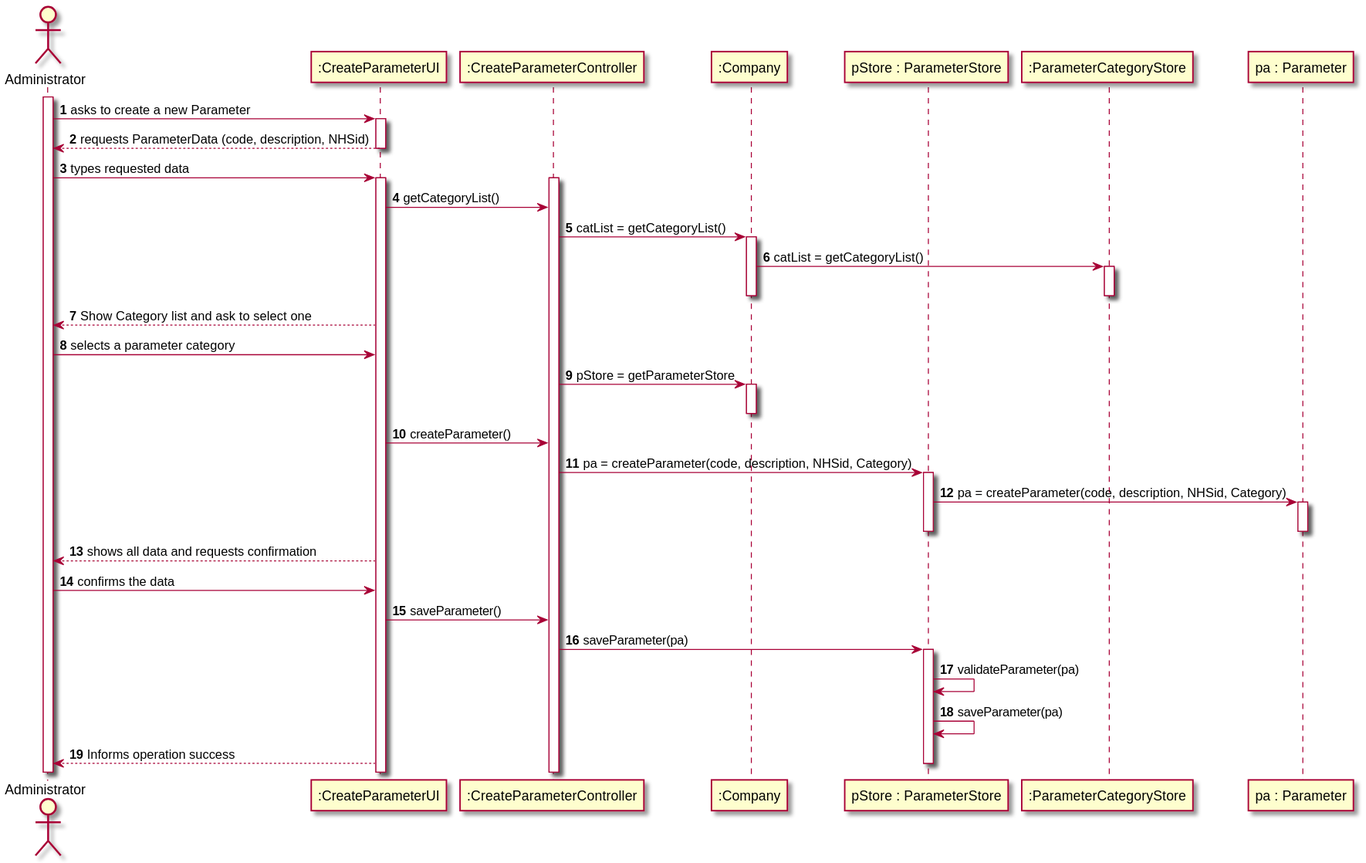
MarianaCLages/LAPR2 keeps this PlantUML diagram as docs/SprintB/US10/US10_SD.svg. Above is the earlier version.
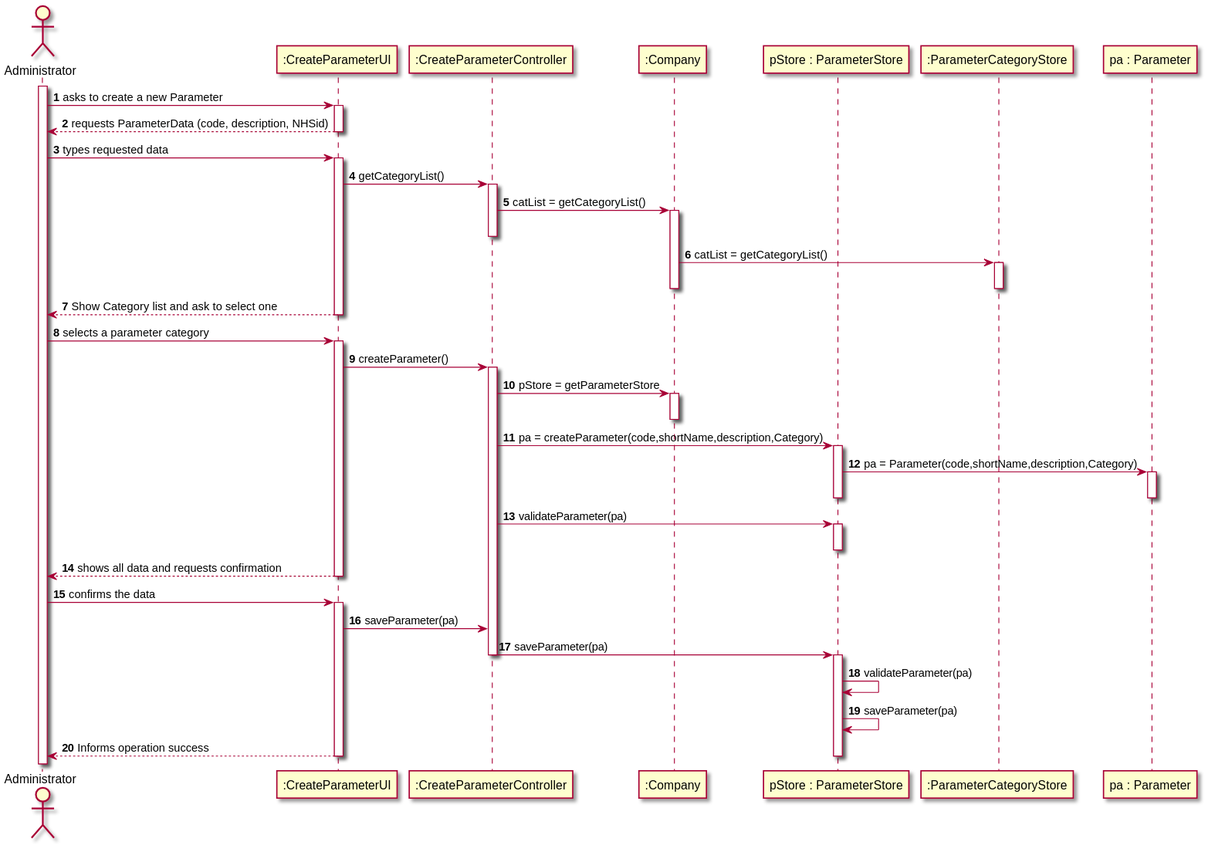
The same file after the commit.

What changed in the source:
```diff
@@ -4,6 +4,7 @@
 
 participant ":CreateParameterUI" as UI
 participant ":CreateParameterController" as CTRL
+participant ":Company" as COMPANY
 participant ":Company" as COMPANY
 participant "pStore : ParameterStore" as PARAMETERSTORE
 participant ":ParameterCategoryStore" as CATEGORYSTORE
@@ -13,6 +14,9 @@
 activate Administrator
 Administrator -> UI: asks to create a new Parameter
 activate UI
+
+
+
 UI --> Administrator :requests ParameterData (code, description, NHSid)
 deactivate UI
 
@@ -20,65 +24,76 @@
 Administrator -> UI : types requested data
 activate UI
 
-activate CTRL
 
 
 UI -> CTRL : getCategoryList()
+activate CTRL
 
 
 CTRL -> COMPANY : catList = getCategoryList()
 activate COMPANY
-
-
-
+deactivate CTRL
 
 COMPANY -> CATEGORYSTORE  : catList = getCategoryList()
+activate CATEGORYSTORE
+deactivate COMPANY
+deactivate CATEGORYSTORE
 
-activate CATEGORYSTORE
-deactivate CATEGORYSTORE
-deactivate COMPANY
 
 
 
 
 
 UI --> Administrator : Show Category list and ask to select one
+deactivate UI
 
 
 
 
 
 Administrator -> UI : selects a parameter category
+activate UI
+
+
+
+
+UI-> CTRL : createParameter()
+activate CTRL
 
 CTRL -> COMPANY : pStore = getParameterStore
 activate COMPANY
 deactivate COMPANY
-
-UI-> CTRL : createParameter()
-CTRL -> PARAMETERSTORE : pa = createParameter(code, description, NHSid, Category)
+CTRL -> PARAMETERSTORE : pa = createParameter(code,shortName,description,Category)
 
 activate PARAMETERSTORE
 
-PARAMETERSTORE -> PARAMETER : pa = createParameter(code, description, NHSid, Category)
+PARAMETERSTORE -> PARAMETER : pa = Parameter(code,shortName,description,Category)
 
 activate PARAMETER
 deactivate PARAMETER
 deactivate PARAMETERSTORE
-
+CTRL -> PARAMETERSTORE : validateParameter(pa)
+activate PARAMETERSTORE
+deactivate PARAMETERSTORE
 
 UI --> Administrator : shows all data and requests confirmation
+deactivate UI
 
 Administrator -> UI : confirms the data
+activate UI
 
-UI-> CTRL : saveParameter()
+UI-> CTRL : saveParameter(pa)
 
 CTRL -> PARAMETERSTORE : saveParameter(pa)
+deactivate CTRL
 activate PARAMETERSTORE
 PARAMETERSTORE -> PARAMETERSTORE : validateParameter(pa)
 PARAMETERSTORE -> PARAMETERSTORE : saveParameter(pa)
 
 
 UI --> Administrator : Informs operation success
+deactivate UI
+
 deactivate PARAMETERSTORE
 
 
```
